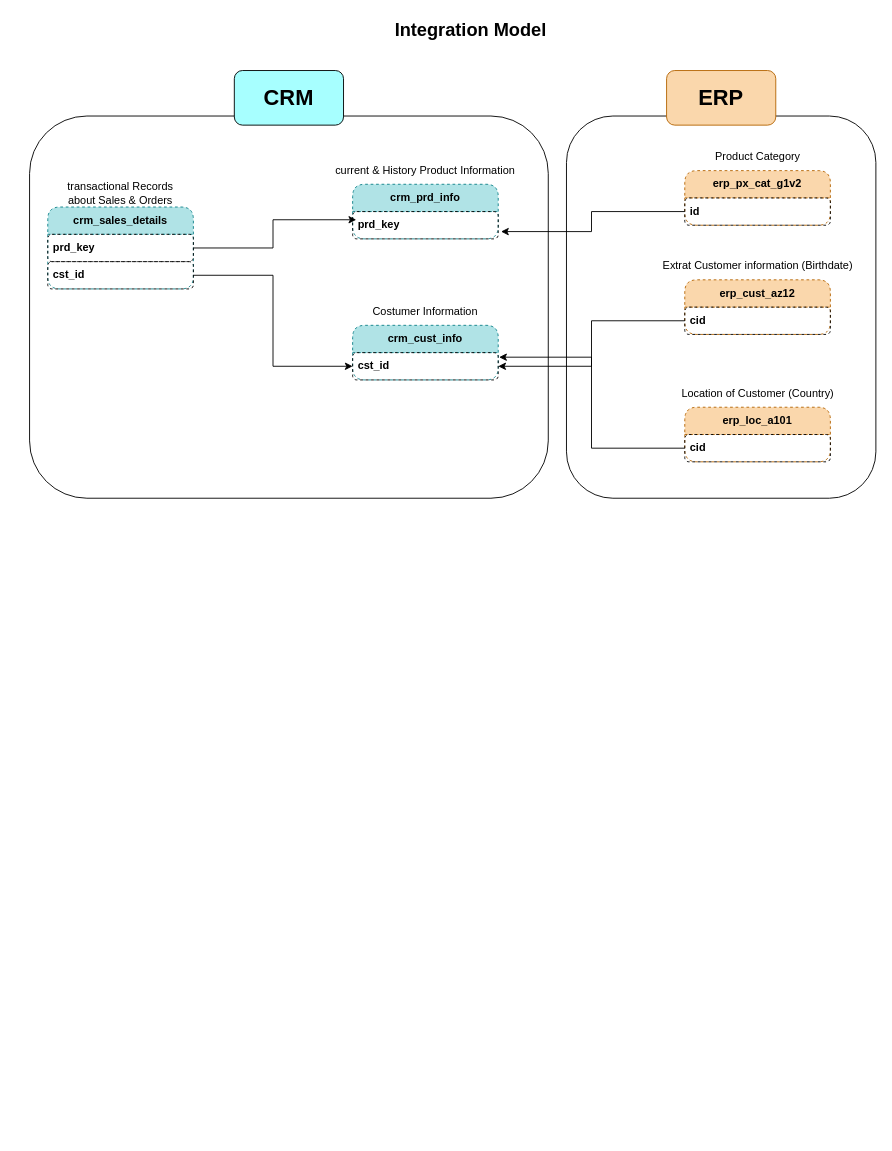
Mahdi88BH/Data_WareHouse_Project keeps this draw.io diagram as docs/Integration_Model.drawio. Above is the earlier version. Source tidied: cells renumbered, new cells numbered last; positions are measured from the earlier drawing's top-left corner, leaving out a move shared by most shapes. Both pictures are drawn from the tidied source at 91%, with x=0, y=0 at pixel (29, 15).
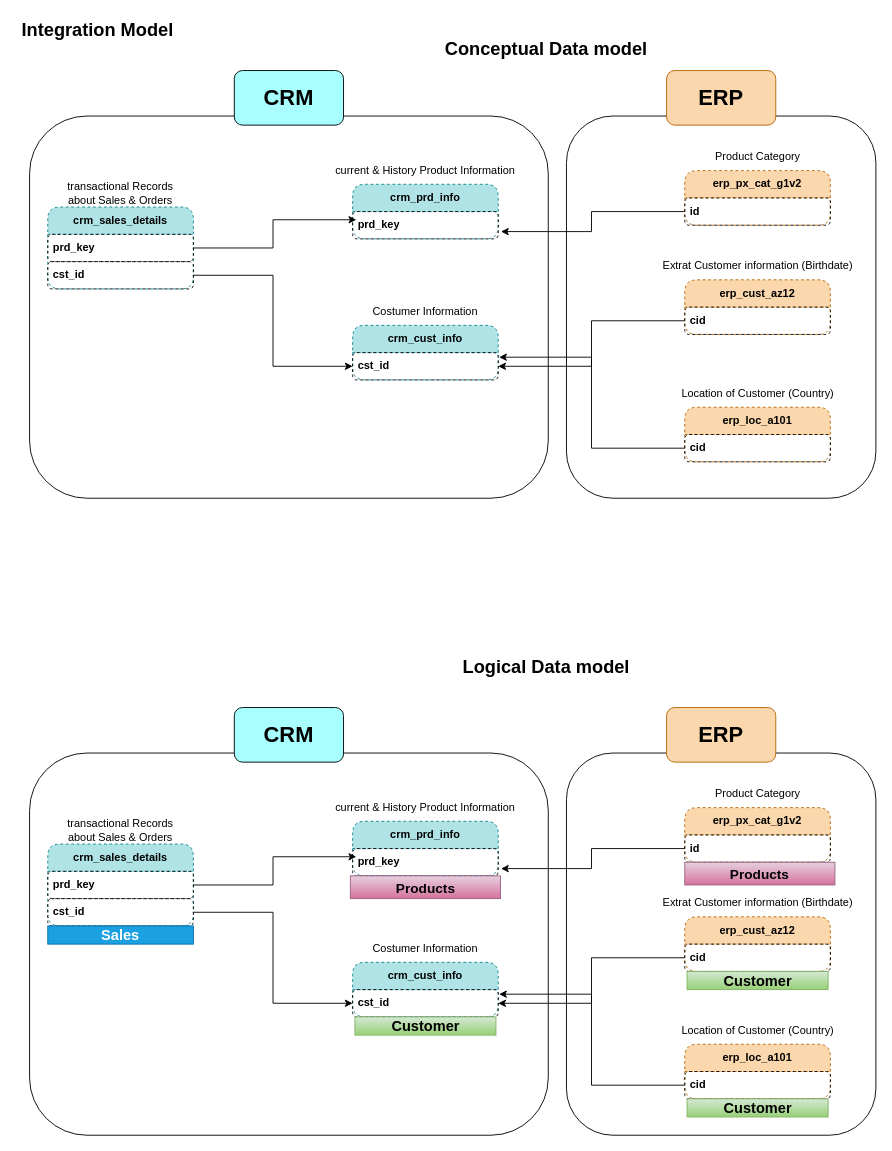
Above is the later version.

Commit message (it also covers changes not shown here):
implement logical model

What changed in the source:
```diff
@@
     <mxCell id="2" value="&lt;b&gt;&lt;font style=&quot;font-size: 20px;&quot;&gt;Integration Model&lt;/font&gt;&lt;/b&gt;" style="text;html=1;whiteSpace=wrap;strokeColor=none;fillColor=none;align=center;verticalAlign=middle;rounded=0;" parent="1" vertex="1">
-      <mxGeometry x="395" width="180" height="30" as="geometry" />
+      <mxGeometry x="-15" width="180" height="30" as="geometry" />
     </mxCell>
@@
+    <mxCell id="31" value="&lt;b&gt;&lt;font style=&quot;font-size: 20px;&quot;&gt;Conceptual Data model&lt;/font&gt;&lt;/b&gt;" style="text;html=1;whiteSpace=wrap;strokeColor=none;fillColor=none;align=center;verticalAlign=middle;rounded=0;" parent="1" vertex="1">
+      <mxGeometry x="447.5" y="20" width="240" height="30" as="geometry" />
+    </mxCell>
+    <mxCell id="32" value="&lt;b&gt;&lt;font style=&quot;color: rgb(0, 0, 0);&quot;&gt;crm_cust_info&lt;/font&gt;&lt;/b&gt;" style="swimlane;fontStyle=0;horizontal=1;startSize=30;whiteSpace=wrap;html=1;fillColor=#b0e3e6;strokeColor=#0e8088;rounded=1;dashed=1;swimlaneFillColor=none;gradientColor=none;" parent="1" vertex="1">
+      <mxGeometry x="355" y="1040" width="160" height="60" as="geometry" />
+    </mxCell>
+    <mxCell id="33" value="&lt;b&gt;cst_id&lt;/b&gt;" style="text;strokeColor=default;fillColor=none;align=left;verticalAlign=middle;spacingLeft=4;spacingRight=4;overflow=hidden;points=[[0,0.5],[1,0.5]];portConstraint=eastwest;whiteSpace=wrap;html=1;rounded=1;shadow=0;dashed=1;" parent="32" vertex="1">
+      <mxGeometry y="30" width="160" height="30" as="geometry" />
+    </mxCell>
+    <mxCell id="34" value="Costumer Information" style="text;html=1;whiteSpace=wrap;strokeColor=none;fillColor=none;align=center;verticalAlign=middle;rounded=0;" parent="1" vertex="1">
+      <mxGeometry x="370" y="1010" width="130" height="30" as="geometry" />
+    </mxCell>
+    <mxCell id="35" value="&lt;b&gt;&lt;font style=&quot;color: rgb(0, 0, 0);&quot;&gt;crm_prd_info&lt;/font&gt;&lt;/b&gt;" style="swimlane;fontStyle=0;horizontal=1;startSize=30;whiteSpace=wrap;html=1;fillColor=#b0e3e6;strokeColor=#0e8088;rounded=1;dashed=1;swimlaneFillColor=none;gradientColor=none;" parent="1" vertex="1">
+      <mxGeometry x="355" y="885" width="160" height="60" as="geometry" />
+    </mxCell>
+    <mxCell id="36" value="&lt;b&gt;prd_key&lt;/b&gt;" style="text;strokeColor=default;fillColor=none;align=left;verticalAlign=middle;spacingLeft=4;spacingRight=4;overflow=hidden;points=[[0,0.5],[1,0.5]];portConstraint=eastwest;whiteSpace=wrap;html=1;rounded=1;shadow=0;dashed=1;" parent="35" vertex="1">
+      <mxGeometry y="30" width="160" height="30" as="geometry" />
+    </mxCell>
+    <mxCell id="37" value="current &amp;amp; History Product Information" style="text;html=1;whiteSpace=wrap;strokeColor=none;fillColor=none;align=center;verticalAlign=middle;rounded=0;" parent="1" vertex="1">
+      <mxGeometry x="330" y="855" width="210" height="30" as="geometry" />
+    </mxCell>
+    <mxCell id="38" value="&lt;b&gt;&lt;font style=&quot;color: rgb(0, 0, 0);&quot;&gt;crm_sales_details&lt;/font&gt;&lt;/b&gt;" style="swimlane;fontStyle=0;horizontal=1;startSize=30;whiteSpace=wrap;html=1;fillColor=#b0e3e6;strokeColor=#0e8088;rounded=1;dashed=1;swimlaneFillColor=none;gradientColor=none;" parent="1" vertex="1">
+      <mxGeometry x="20" y="910" width="160" height="90" as="geometry" />
+    </mxCell>
+    <mxCell id="39" value="&lt;b&gt;prd_key&lt;/b&gt;" style="text;strokeColor=default;fillColor=none;align=left;verticalAlign=middle;spacingLeft=4;spacingRight=4;overflow=hidden;points=[[0,0.5],[1,0.5]];portConstraint=eastwest;whiteSpace=wrap;html=1;rounded=1;shadow=0;dashed=1;" parent="38" vertex="1">
+      <mxGeometry y="30" width="160" height="30" as="geometry" />
+    </mxCell>
+    <mxCell id="40" value="&lt;b&gt;cst_id&lt;/b&gt;" style="text;strokeColor=default;fillColor=none;align=left;verticalAlign=middle;spacingLeft=4;spacingRight=4;overflow=hidden;points=[[0,0.5],[1,0.5]];portConstraint=eastwest;whiteSpace=wrap;html=1;rounded=1;shadow=0;dashed=1;" parent="38" vertex="1">
+      <mxGeometry y="60" width="160" height="30" as="geometry" />
+    </mxCell>
+    <mxCell id="41" value="transactional Records about Sales &amp;amp; Orders" style="text;html=1;whiteSpace=wrap;strokeColor=none;fillColor=none;align=center;verticalAlign=middle;rounded=0;" parent="1" vertex="1">
+      <mxGeometry x="35" y="880" width="130" height="30" as="geometry" />
+    </mxCell>
+    <mxCell id="42" style="edgeStyle=orthogonalEdgeStyle;rounded=0;jettySize=auto;html=1;entryX=0.025;entryY=0.3;entryDx=0;entryDy=0;entryPerimeter=0;" parent="1" edge="1" source="39" target="36">
+      <mxGeometry relative="1" as="geometry" />
+    </mxCell>
+    <mxCell id="43" style="edgeStyle=orthogonalEdgeStyle;rounded=0;jettySize=auto;html=1;entryX=0;entryY=0.5;entryDx=0;entryDy=0;" parent="1" edge="1" source="40" target="33">
+      <mxGeometry relative="1" as="geometry" />
+    </mxCell>
+    <mxCell id="44" value="&lt;font color=&quot;#000000&quot;&gt;&lt;b&gt;erp_px_cat_g1v2&lt;/b&gt;&lt;/font&gt;" style="swimlane;fontStyle=0;horizontal=1;startSize=30;whiteSpace=wrap;html=1;fillColor=#fad7ac;strokeColor=#b46504;rounded=1;dashed=1;swimlaneFillColor=none;" parent="1" vertex="1">
+      <mxGeometry x="720" y="870" width="160" height="60" as="geometry" />
+    </mxCell>
+    <mxCell id="45" value="&lt;b&gt;id&lt;/b&gt;" style="text;strokeColor=default;fillColor=none;align=left;verticalAlign=middle;spacingLeft=4;spacingRight=4;overflow=hidden;points=[[0,0.5],[1,0.5]];portConstraint=eastwest;whiteSpace=wrap;html=1;rounded=1;shadow=0;dashed=1;" parent="44" vertex="1">
+      <mxGeometry y="30" width="160" height="30" as="geometry" />
+    </mxCell>
+    <mxCell id="46" style="edgeStyle=orthogonalEdgeStyle;rounded=0;jettySize=auto;html=1;entryX=1.019;entryY=0.733;entryDx=0;entryDy=0;entryPerimeter=0;" parent="1" edge="1" source="45" target="36">
+      <mxGeometry relative="1" as="geometry" />
+    </mxCell>
+    <mxCell id="47" value="&lt;font color=&quot;#000000&quot;&gt;&lt;b&gt;erp_cust_az12&lt;/b&gt;&lt;/font&gt;" style="swimlane;fontStyle=0;horizontal=1;startSize=30;whiteSpace=wrap;html=1;fillColor=#fad7ac;strokeColor=#b46504;rounded=1;dashed=1;swimlaneFillColor=none;" parent="1" vertex="1">
+      <mxGeometry x="720" y="990" width="160" height="60" as="geometry" />
+    </mxCell>
+    <mxCell id="48" value="&lt;b&gt;cid&lt;/b&gt;" style="text;strokeColor=default;fillColor=none;align=left;verticalAlign=middle;spacingLeft=4;spacingRight=4;overflow=hidden;points=[[0,0.5],[1,0.5]];portConstraint=eastwest;whiteSpace=wrap;html=1;rounded=1;shadow=0;dashed=1;" parent="47" vertex="1">
+      <mxGeometry y="30" width="160" height="30" as="geometry" />
+    </mxCell>
+    <mxCell id="49" value="&lt;font color=&quot;#000000&quot;&gt;&lt;b&gt;erp_loc_a101&lt;/b&gt;&lt;/font&gt;" style="swimlane;fontStyle=0;horizontal=1;startSize=30;whiteSpace=wrap;html=1;fillColor=#fad7ac;strokeColor=#b46504;rounded=1;dashed=1;swimlaneFillColor=none;" parent="1" vertex="1">
+      <mxGeometry x="720" y="1130" width="160" height="60" as="geometry" />
+    </mxCell>
+    <mxCell id="50" value="&lt;b&gt;cid&lt;/b&gt;" style="text;strokeColor=default;fillColor=none;align=left;verticalAlign=middle;spacingLeft=4;spacingRight=4;overflow=hidden;points=[[0,0.5],[1,0.5]];portConstraint=eastwest;whiteSpace=wrap;html=1;rounded=1;shadow=0;dashed=1;" parent="49" vertex="1">
+      <mxGeometry y="30" width="160" height="30" as="geometry" />
+    </mxCell>
+    <mxCell id="51" style="edgeStyle=orthogonalEdgeStyle;rounded=0;jettySize=auto;html=1;" parent="1" edge="1" source="48" target="33">
+      <mxGeometry relative="1" as="geometry" />
+    </mxCell>
+    <mxCell id="52" style="edgeStyle=orthogonalEdgeStyle;rounded=0;jettySize=auto;html=1;entryX=1.006;entryY=0.167;entryDx=0;entryDy=0;entryPerimeter=0;" parent="1" edge="1" source="50" target="33">
+      <mxGeometry relative="1" as="geometry" />
+    </mxCell>
+    <mxCell id="53" value="Product Category" style="text;html=1;whiteSpace=wrap;strokeColor=none;fillColor=none;align=center;verticalAlign=middle;rounded=0;" parent="1" vertex="1">
+      <mxGeometry x="687.5" y="840" width="225" height="30" as="geometry" />
+    </mxCell>
+    <mxCell id="54" value="Extrat Customer information (Birthdate)" style="text;html=1;whiteSpace=wrap;strokeColor=none;fillColor=none;align=center;verticalAlign=middle;rounded=0;" parent="1" vertex="1">
+      <mxGeometry x="687.5" y="960" width="225" height="30" as="geometry" />
+    </mxCell>
+    <mxCell id="55" value="Location of Customer (Country)" style="text;html=1;whiteSpace=wrap;strokeColor=none;fillColor=none;align=center;verticalAlign=middle;rounded=0;" parent="1" vertex="1">
+      <mxGeometry x="687.5" y="1100" width="225" height="30" as="geometry" />
+    </mxCell>
+    <mxCell id="56" style="rounded=1;whiteSpace=wrap;html=1;fillColor=none;" parent="1" vertex="1">
+      <mxGeometry y="810" width="570" height="420" as="geometry" />
+    </mxCell>
+    <mxCell id="57" value="&lt;font style=&quot;color: rgb(0, 0, 0); font-size: 24px;&quot;&gt;&lt;b style=&quot;&quot;&gt;CRM&lt;/b&gt;&lt;/font&gt;" style="rounded=1;whiteSpace=wrap;html=1;fillColor=#A7FFFF;" parent="1" vertex="1">
+      <mxGeometry x="225" y="760" width="120" height="60" as="geometry" />
+    </mxCell>
+    <mxCell id="58" style="rounded=1;whiteSpace=wrap;html=1;fillColor=none;" parent="1" vertex="1">
+      <mxGeometry x="590" y="810" width="340" height="420" as="geometry" />
+    </mxCell>
+    <mxCell id="59" value="&lt;font style=&quot;color: rgb(0, 0, 0); font-size: 24px;&quot;&gt;&lt;b style=&quot;&quot;&gt;ERP&lt;/b&gt;&lt;/font&gt;" style="rounded=1;whiteSpace=wrap;html=1;fillColor=#fad7ac;strokeColor=#b46504;" parent="1" vertex="1">
+      <mxGeometry x="700" y="760" width="120" height="60" as="geometry" />
+    </mxCell>
+    <mxCell id="60" value="&lt;b&gt;&lt;font style=&quot;font-size: 20px;&quot;&gt;Logical Data model&lt;/font&gt;&lt;/b&gt;" style="text;html=1;whiteSpace=wrap;strokeColor=none;fillColor=none;align=center;verticalAlign=middle;rounded=0;" parent="1" vertex="1">
+      <mxGeometry x="447.5" y="700" width="240" height="30" as="geometry" />
+    </mxCell>
+    <mxCell id="61" value="&lt;b&gt;&lt;font style=&quot;font-size: 16px;&quot;&gt;Sales&lt;/font&gt;&lt;/b&gt;" style="rounded=0;whiteSpace=wrap;html=1;fillColor=#1ba1e2;fontColor=#ffffff;strokeColor=#006EAF;" parent="1" vertex="1">
+      <mxGeometry x="20" y="1000" width="160" height="20" as="geometry" />
+    </mxCell>
+    <mxCell id="62" value="&lt;b&gt;&lt;font style=&quot;font-size: 15px;&quot;&gt;Products&lt;/font&gt;&lt;/b&gt;" style="rounded=0;whiteSpace=wrap;html=1;fillColor=#e6d0de;strokeColor=#996185;gradientColor=#d5739d;" parent="1" vertex="1">
+      <mxGeometry x="352.5" y="945" width="165" height="25" as="geometry" />
+    </mxCell>
+    <mxCell id="63" value="&lt;b&gt;&lt;font style=&quot;font-size: 15px;&quot;&gt;Products&lt;/font&gt;&lt;/b&gt;" style="rounded=0;whiteSpace=wrap;html=1;fillColor=#e6d0de;strokeColor=#996185;gradientColor=#d5739d;" parent="1" vertex="1">
+      <mxGeometry x="720" y="930" width="165" height="25" as="geometry" />
+    </mxCell>
+    <mxCell id="64" value="&lt;b&gt;&lt;font style=&quot;font-size: 16px;&quot;&gt;Customer&lt;/font&gt;&lt;/b&gt;" style="rounded=0;whiteSpace=wrap;html=1;fillColor=#d5e8d4;gradientColor=#97d077;strokeColor=#82b366;" parent="1" vertex="1">
+      <mxGeometry x="357.5" y="1100" width="155" height="20" as="geometry" />
+    </mxCell>
+    <mxCell id="65" value="&lt;b&gt;&lt;font style=&quot;font-size: 16px;&quot;&gt;Customer&lt;/font&gt;&lt;/b&gt;" style="rounded=0;whiteSpace=wrap;html=1;fillColor=#d5e8d4;gradientColor=#97d077;strokeColor=#82b366;" parent="1" vertex="1">
+      <mxGeometry x="722.5" y="1050" width="155" height="20" as="geometry" />
+    </mxCell>
+    <mxCell id="66" value="&lt;b&gt;&lt;font style=&quot;font-size: 16px;&quot;&gt;Customer&lt;/font&gt;&lt;/b&gt;" style="rounded=0;whiteSpace=wrap;html=1;fillColor=#d5e8d4;gradientColor=#97d077;strokeColor=#82b366;" parent="1" vertex="1">
+      <mxGeometry x="722.5" y="1190" width="155" height="20" as="geometry" />
+    </mxCell>
```
